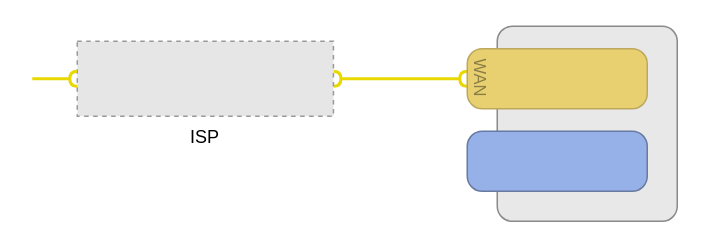
Above: diagrams/overview_plan.drawio in arch1eOS/bluetongue (draw.io), before the change. Source tidied: cells renumbered, new cells numbered last; positions are measured from the earlier drawing's top-left corner, leaving out a move shared by most shapes. Both pictures are drawn from the tidied source at 150%, with x=0, y=0 at pixel (32, 26). Pictures stored in the file or linked from it are replaced by grey dashed boxes.
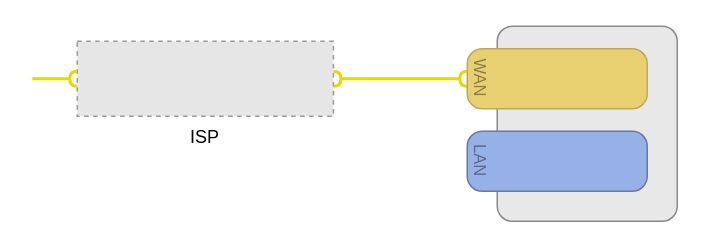
After the change.

The edit, as a diff of the source:
```diff
@@
 <mxGraphModel>
   <root>
     <mxCell id="0" />
     <mxCell id="1" parent="0" />
     <mxCell id="2" style="edgeStyle=orthogonalEdgeStyle;shape=connector;rounded=0;jumpStyle=gap;jettySize=auto;html=1;exitX=1;exitY=0.5;exitDx=0;exitDy=0;shadow=0;strokeColor=#E8D800;strokeWidth=2;align=center;verticalAlign=middle;fontFamily=Helvetica;fontSize=11;fontColor=default;labelBackgroundColor=default;startArrow=halfCircle;startFill=0;startSize=2;endArrow=halfCircle;endFill=0;endSize=2;flowAnimation=0;entryX=0;entryY=0.5;entryDx=0;entryDy=0;" parent="1" edge="1" source="3" target="7">
       <mxGeometry relative="1" as="geometry" />
     </mxCell>
     <mxCell id="3" value="ISP" style="fillColor=#E6E6E6;strokeColor=#999999;dashed=1;verticalLabelPosition=bottom;labelBackgroundColor=default;verticalAlign=top;" parent="1" vertex="1">
       <mxGeometry x="30" y="10" width="170.8" height="50" as="geometry" />
     </mxCell>
     <mxCell id="4" style="endArrow=halfCircle;html=1;rounded=0;edgeStyle=orthogonalEdgeStyle;strokeWidth=2;jumpStyle=gap;flowAnimation=0;shadow=0;endFill=0;endSize=2;startArrow=none;startFill=0;startSize=2;entryX=0;entryY=0.5;entryDx=0;entryDy=0;sourcePerimeterSpacing=0;fillColor=#0050ef;strokeColor=#E8D800;" parent="1" edge="1" target="3">
       <mxGeometry relative="1" as="geometry">
         <mxPoint y="35" as="sourcePoint" />
         <Array as="points">
           <mxPoint y="35" />
         </Array>
       </mxGeometry>
     </mxCell>
     <mxCell id="5" style="rounded=1;whiteSpace=wrap;html=1;fontFamily=Helvetica;fontSize=11;fontColor=default;labelBackgroundColor=default;absoluteArcSize=1;strokeColor=#8A8A8A;fillColor=#E8E8E8;" parent="1" vertex="1">
       <mxGeometry x="310" width="120" height="130" as="geometry" />
     </mxCell>
-    <mxCell id="6" style="rounded=1;whiteSpace=wrap;html=1;fontFamily=Helvetica;fontSize=11;fontColor=default;labelBackgroundColor=default;absoluteArcSize=1;strokeColor=#677AA1;fillColor=#96B1E8;" parent="1" vertex="1">
-      <mxGeometry x="290" y="70" width="120" height="40" as="geometry" />
-    </mxCell>
     <mxCell id="7" value="&lt;div align=&quot;left&quot;&gt;WAN&lt;/div&gt;" style="rounded=1;whiteSpace=wrap;html=1;fontFamily=Helvetica;fontSize=11;fontColor=default;labelBackgroundColor=none;absoluteArcSize=1;strokeColor=#BDA95E;fillColor=#E8D071;align=left;textDirection=vertical-lr;textOpacity=40;" parent="1" vertex="1">
       <mxGeometry x="290" y="15" width="120" height="40" as="geometry" />
     </mxCell>
+    <mxCell id="8" value="&lt;div align=&quot;left&quot;&gt;LAN&lt;/div&gt;" style="rounded=1;whiteSpace=wrap;html=1;fontFamily=Helvetica;fontSize=11;fontColor=default;labelBackgroundColor=none;absoluteArcSize=1;strokeColor=#677AA1;fillColor=#96B1E8;align=left;textDirection=vertical-lr;textOpacity=40;gradientColor=none;" parent="1" vertex="1">
+      <mxGeometry x="290" y="70" width="120" height="40" as="geometry" />
+    </mxCell>
   </root>
 </mxGraphModel>
```
